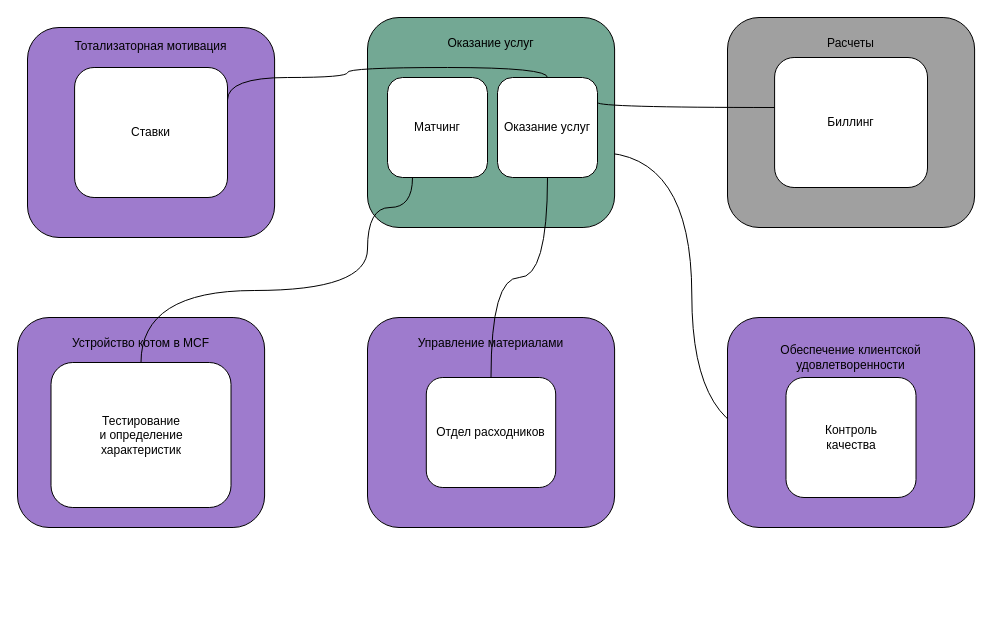
Earlier version of the draw.io diagram 2/domain.drawio (teddybear/system_analysis_course). Source tidied: cells renumbered, new cells numbered last; positions are measured from the earlier drawing's top-left corner, leaving out a move shared by most shapes. Both pictures are drawn from the tidied source at 100%, with x=0, y=0 at pixel (17, 17).
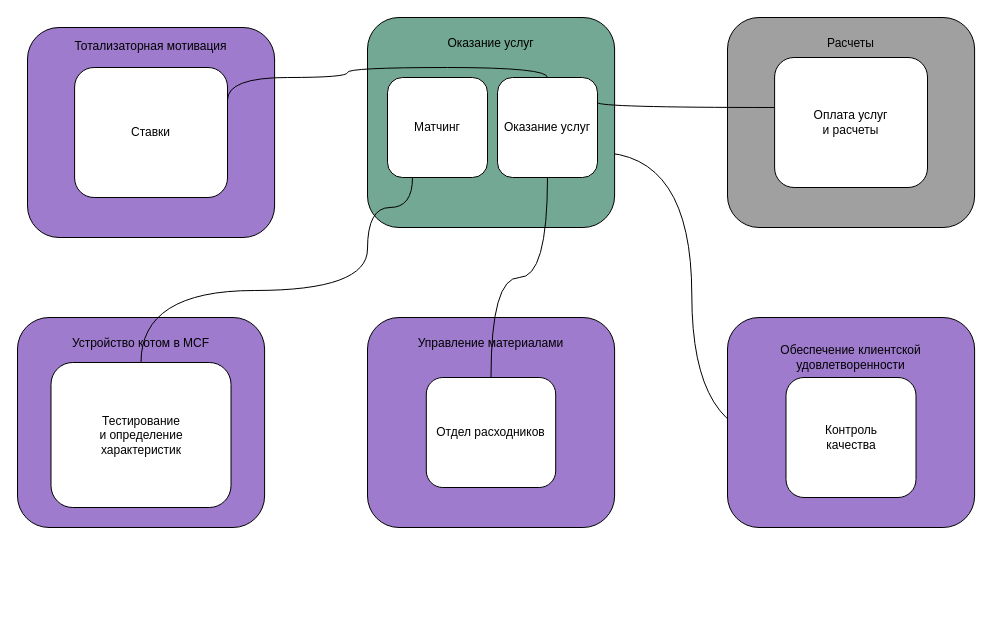
The same diagram, later.

Unchanged cells that the change refers to:
```xml
<mxCell id="16" style="group;" parent="1" vertex="1">
  <mxGeometry x="710" width="247.1" height="210" as="geometry" />
</mxCell>
```

The edit, as a diff of the source:
```diff
@@
-    <mxCell id="18" value="Биллинг" style="rounded=1;whiteSpace=wrap;html=1;" parent="16" vertex="1">
+    <mxCell id="18" value="Оплата услуг&lt;br style=&quot;border-color: var(--border-color);&quot;&gt;и расчеты" style="rounded=1;whiteSpace=wrap;html=1;" parent="16" vertex="1">
       <mxGeometry x="47.1" y="40" width="152.9" height="130" as="geometry" />
     </mxCell>
```
